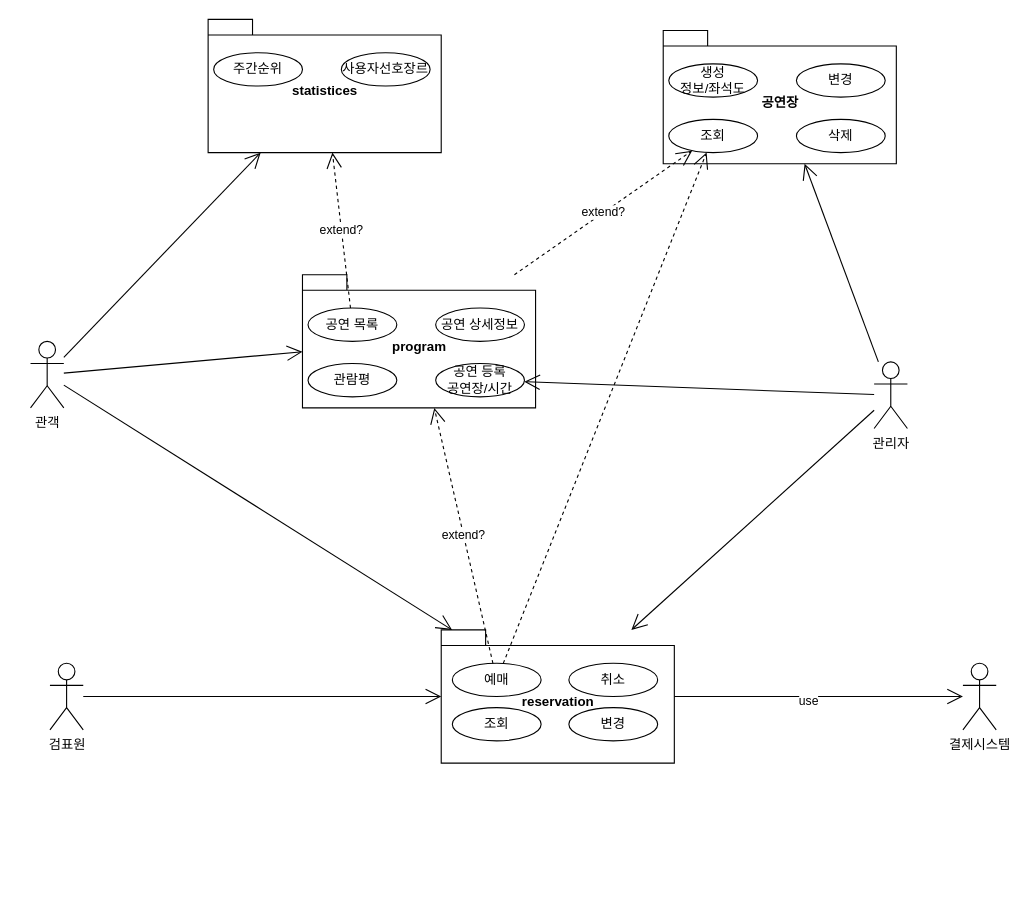
Before: page "usecase2" (2 of 2) of requirements.drawio in hunjuly/rehearsal, a draw.io diagram. Source tidied: cells renumbered, new cells numbered last; positions are measured from the earlier drawing's top-left corner, leaving out a move shared by most shapes. Both pictures are drawn from the tidied source at 111%, with x=0, y=0 at pixel (30, 19).
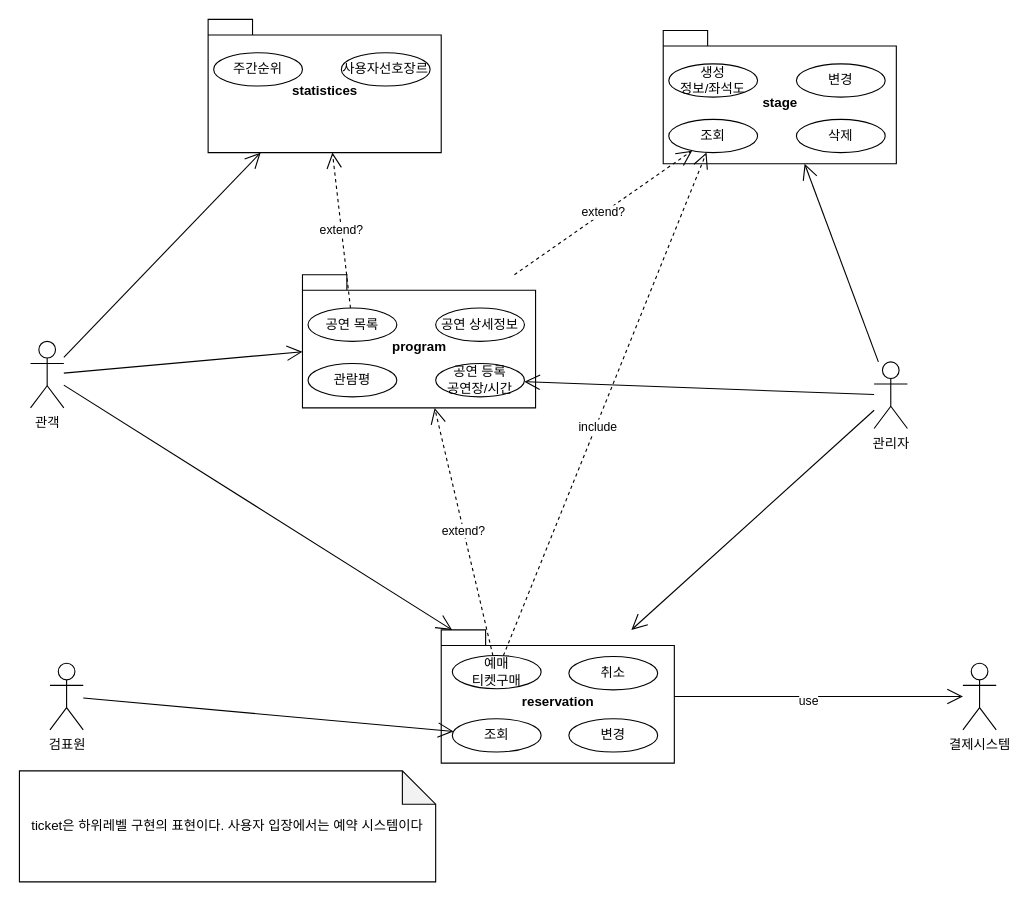
The same diagram, later.

Unchanged cells that the change refers to:
```xml
<mxCell id="9" style="group;" parent="1" vertex="1">
  <mxGeometry x="570" y="10" width="210" height="120" as="geometry" />
</mxCell>
<mxCell id="15" style="group;" parent="1" vertex="1">
  <mxGeometry x="370" y="550" width="210" height="120" as="geometry" />
</mxCell>
<mxCell id="16" value="reservation" style="shape=folder;fontStyle=1;spacingTop=10;tabWidth=40;tabHeight=14;tabPosition=left;html=1;" parent="15" vertex="1">
  <mxGeometry width="210" height="120" as="geometry" />
</mxCell>
<mxCell id="35" value="검표원" style="shape=umlActor;verticalLabelPosition=bottom;verticalAlign=top;html=1;outlineConnect=0;" parent="1" vertex="1">
  <mxGeometry x="17.5" y="580" width="30" height="60" as="geometry" />
</mxCell>
<mxCell id="41" style="endArrow=open;endSize=12;dashed=1;html=1;rounded=0;verticalAlign=middle;" parent="1" edge="1" source="17" target="14">
  <mxGeometry relative="1" as="geometry" />
</mxCell>
```

What changed in the source:
```diff
@@
-    <mxCell id="10" value="공연장" style="shape=folder;fontStyle=1;spacingTop=10;tabWidth=40;tabHeight=14;tabPosition=left;html=1;" parent="9" vertex="1">
+    <mxCell id="10" value="stage" style="shape=folder;fontStyle=1;spacingTop=10;tabWidth=40;tabHeight=14;tabPosition=left;html=1;" parent="9" vertex="1">
       <mxGeometry width="210" height="120" as="geometry" />
     </mxCell>
@@
-    <mxCell id="17" value="예매" style="ellipse;whiteSpace=wrap;html=1;verticalAlign=middle;" parent="15" vertex="1">
-      <mxGeometry x="10" y="30" width="80" height="30" as="geometry" />
+    <mxCell id="17" value="예매&lt;br&gt;티켓구매" style="ellipse;whiteSpace=wrap;html=1;verticalAlign=middle;" parent="15" vertex="1">
+      <mxGeometry x="10" y="23" width="80" height="30" as="geometry" />
     </mxCell>
     <mxCell id="18" value="조회" style="ellipse;whiteSpace=wrap;html=1;verticalAlign=middle;" parent="15" vertex="1">
-      <mxGeometry x="10" y="70" width="80" height="30" as="geometry" />
+      <mxGeometry x="10" y="80" width="80" height="30" as="geometry" />
     </mxCell>
     <mxCell id="19" value="취소" style="ellipse;whiteSpace=wrap;html=1;verticalAlign=middle;" parent="15" vertex="1">
-      <mxGeometry x="115" y="30" width="80" height="30" as="geometry" />
+      <mxGeometry x="115" y="24" width="80" height="30" as="geometry" />
     </mxCell>
     <mxCell id="20" value="변경" style="ellipse;whiteSpace=wrap;html=1;verticalAlign=middle;" parent="15" vertex="1">
-      <mxGeometry x="115" y="70" width="80" height="30" as="geometry" />
+      <mxGeometry x="115" y="80" width="80" height="30" as="geometry" />
     </mxCell>
@@
-    <mxCell id="36" style="endArrow=open;endFill=1;endSize=12;html=1;rounded=0;verticalAlign=middle;" parent="1" edge="1" source="35" target="16">
+    <mxCell id="36" style="endArrow=open;endFill=1;endSize=12;html=1;rounded=0;verticalAlign=middle;" parent="1" edge="1" source="35" target="18">
       <mxGeometry relative="1" as="geometry" />
     </mxCell>
@@
+    <mxCell id="42" value="include" style="edgeLabel;html=1;align=center;verticalAlign=middle;" parent="41" vertex="1">
+      <mxGeometry x="-0.33" y="-1" relative="1" as="geometry">
+        <mxPoint x="22" y="-55" as="offset" />
+      </mxGeometry>
+    </mxCell>
+    <mxCell id="43" value="ticket은 하위레벨 구현의 표현이다. 사용자 입장에서는 예약 시스템이다" style="shape=note;whiteSpace=wrap;html=1;backgroundOutline=1;darkOpacity=0.05;" parent="1" vertex="1">
+      <mxGeometry x="-10" y="677" width="375" height="100" as="geometry" />
+    </mxCell>
```
